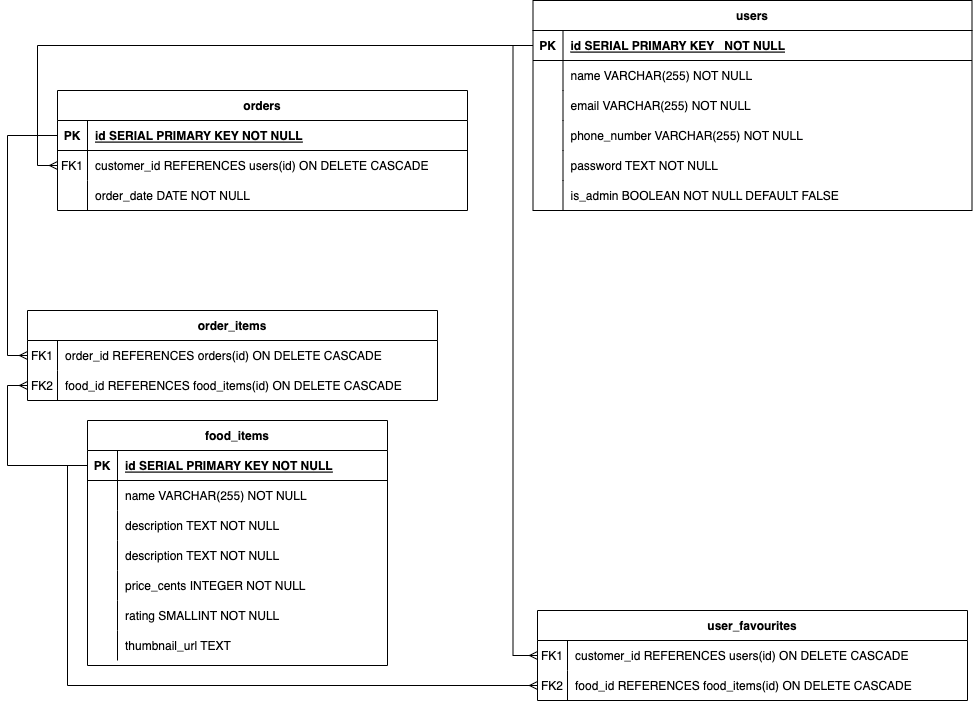
The draw.io diagram planning/FoodDeliveryERD.drawio.png in jdkopala/food-delivery-app, before a commit. Source tidied: cells renumbered, new cells last; positions are measured from the earlier drawing's top-left corner, leaving out a move shared by most shapes. Its diagram source:
```xml
<mxGraphModel>
  <root>
    <mxCell id="0" />
    <mxCell id="1" parent="0" />
    <mxCell id="2" value="food_items" style="shape=table;startSize=30;rowLines=0;fontStyle=1;align=center;" parent="1" vertex="1">
      <mxGeometry x="60" y="420" width="300" height="245" as="geometry" />
    </mxCell>
    <mxCell id="3" style="shape=partialRectangle;fillColor=none;points=[[0,0.5],[1,0.5]];portConstraint=eastwest;top=0;left=0;right=0;bottom=1;" parent="2" vertex="1">
      <mxGeometry y="30" width="300" height="30" as="geometry" />
    </mxCell>
    <mxCell id="4" value="PK" style="shape=partialRectangle;overflow=hidden;fillColor=none;top=0;left=0;bottom=0;right=0;fontStyle=1;" parent="3" vertex="1">
      <mxGeometry width="30" height="30" as="geometry" />
    </mxCell>
    <mxCell id="5" value="id SERIAL PRIMARY KEY NOT NULL" style="shape=partialRectangle;overflow=hidden;fillColor=none;top=0;left=0;bottom=0;right=0;align=left;spacingLeft=6;fontStyle=5;" parent="3" vertex="1">
      <mxGeometry x="30" width="270" height="30" as="geometry" />
    </mxCell>
    <mxCell id="6" style="shape=partialRectangle;fillColor=none;top=0;left=0;right=0;bottom=0;" parent="2" vertex="1">
      <mxGeometry y="60" width="300" height="30" as="geometry" />
    </mxCell>
    <mxCell id="7" style="shape=partialRectangle;overflow=hidden;fillColor=none;top=0;left=0;bottom=0;right=0;" parent="6" vertex="1">
      <mxGeometry width="30" height="30" as="geometry" />
    </mxCell>
    <mxCell id="8" value="name VARCHAR(255) NOT NULL" style="shape=partialRectangle;overflow=hidden;fillColor=none;top=0;left=0;bottom=0;right=0;align=left;spacingLeft=6;" parent="6" vertex="1">
      <mxGeometry x="30" width="270" height="30" as="geometry" />
    </mxCell>
    <mxCell id="9" style="shape=partialRectangle;fillColor=none;top=0;left=0;right=0;bottom=0;" parent="2" vertex="1">
      <mxGeometry y="90" width="300" height="30" as="geometry" />
    </mxCell>
    <mxCell id="10" style="shape=partialRectangle;overflow=hidden;fillColor=none;top=0;left=0;bottom=0;right=0;" parent="9" vertex="1">
      <mxGeometry width="30" height="30" as="geometry" />
    </mxCell>
    <mxCell id="11" value="description TEXT NOT NULL" style="shape=partialRectangle;overflow=hidden;fillColor=none;top=0;left=0;bottom=0;right=0;align=left;spacingLeft=6;" parent="9" vertex="1">
      <mxGeometry x="30" width="270" height="30" as="geometry" />
    </mxCell>
    <mxCell id="12" style="shape=partialRectangle;fillColor=none;top=0;left=0;right=0;bottom=0;" parent="2" vertex="1">
      <mxGeometry y="120" width="300" height="30" as="geometry" />
    </mxCell>
    <mxCell id="13" style="shape=partialRectangle;overflow=hidden;fillColor=none;top=0;left=0;bottom=0;right=0;" parent="12" vertex="1">
      <mxGeometry width="30" height="30" as="geometry" />
    </mxCell>
    <mxCell id="14" value="description TEXT NOT NULL" style="shape=partialRectangle;overflow=hidden;fillColor=none;top=0;left=0;bottom=0;right=0;align=left;spacingLeft=6;" parent="12" vertex="1">
      <mxGeometry x="30" width="270" height="30" as="geometry" />
    </mxCell>
    <mxCell id="15" style="shape=partialRectangle;fillColor=none;top=0;left=0;right=0;bottom=0;" parent="2" vertex="1">
      <mxGeometry y="150" width="300" height="30" as="geometry" />
    </mxCell>
    <mxCell id="16" style="shape=partialRectangle;overflow=hidden;fillColor=none;top=0;left=0;bottom=0;right=0;" parent="15" vertex="1">
      <mxGeometry width="30" height="30" as="geometry" />
    </mxCell>
    <mxCell id="17" value="price_cents INTEGER NOT NULL" style="shape=partialRectangle;overflow=hidden;fillColor=none;top=0;left=0;bottom=0;right=0;align=left;spacingLeft=6;" parent="15" vertex="1">
      <mxGeometry x="30" width="270" height="30" as="geometry" />
    </mxCell>
    <mxCell id="18" style="shape=partialRectangle;fillColor=none;top=0;left=0;right=0;bottom=0;" parent="2" vertex="1">
      <mxGeometry y="180" width="300" height="30" as="geometry" />
    </mxCell>
    <mxCell id="19" style="shape=partialRectangle;overflow=hidden;fillColor=none;top=0;left=0;bottom=0;right=0;" parent="18" vertex="1">
      <mxGeometry width="30" height="30" as="geometry" />
    </mxCell>
    <mxCell id="20" value="rating SMALLINT NOT NULL" style="shape=partialRectangle;overflow=hidden;fillColor=none;top=0;left=0;bottom=0;right=0;align=left;spacingLeft=6;" parent="18" vertex="1">
      <mxGeometry x="30" width="270" height="30" as="geometry" />
    </mxCell>
    <mxCell id="21" style="shape=partialRectangle;fillColor=none;top=0;left=0;right=0;bottom=0;" parent="2" vertex="1">
      <mxGeometry y="210" width="300" height="30" as="geometry" />
    </mxCell>
    <mxCell id="22" style="shape=partialRectangle;overflow=hidden;fillColor=none;top=0;left=0;bottom=0;right=0;" parent="21" vertex="1">
      <mxGeometry width="30" height="30" as="geometry" />
    </mxCell>
    <mxCell id="23" value="thumbnail_url TEXT" style="shape=partialRectangle;overflow=hidden;fillColor=none;top=0;left=0;bottom=0;right=0;align=left;spacingLeft=6;" parent="21" vertex="1">
      <mxGeometry x="30" width="270" height="30" as="geometry" />
    </mxCell>
    <mxCell id="24" value="orders" style="shape=table;startSize=30;rowLines=0;fontStyle=1;align=center;" parent="1" vertex="1">
      <mxGeometry x="30" y="90" width="410" height="120" as="geometry" />
    </mxCell>
    <mxCell id="25" style="shape=partialRectangle;fillColor=none;points=[[0,0.5],[1,0.5]];portConstraint=eastwest;top=0;left=0;right=0;bottom=1;" parent="24" vertex="1">
      <mxGeometry y="30" width="410" height="30" as="geometry" />
    </mxCell>
    <mxCell id="26" value="PK" style="shape=partialRectangle;overflow=hidden;fillColor=none;top=0;left=0;bottom=0;right=0;fontStyle=1;" parent="25" vertex="1">
      <mxGeometry width="30" height="30" as="geometry" />
    </mxCell>
    <mxCell id="27" value="id SERIAL PRIMARY KEY NOT NULL" style="shape=partialRectangle;overflow=hidden;fillColor=none;top=0;left=0;bottom=0;right=0;align=left;spacingLeft=6;fontStyle=5;" parent="25" vertex="1">
      <mxGeometry x="30" width="380" height="30" as="geometry" />
    </mxCell>
    <mxCell id="28" style="shape=partialRectangle;fillColor=none;points=[[0,0.5],[1,0.5]];portConstraint=eastwest;top=0;left=0;right=0;bottom=0;" parent="24" vertex="1">
      <mxGeometry y="60" width="410" height="30" as="geometry" />
    </mxCell>
    <mxCell id="29" value="FK1" style="shape=partialRectangle;overflow=hidden;fillColor=none;top=0;left=0;bottom=0;right=0;" parent="28" vertex="1">
      <mxGeometry width="30" height="30" as="geometry" />
    </mxCell>
    <mxCell id="30" value="customer_id REFERENCES users(id) ON DELETE CASCADE" style="shape=partialRectangle;overflow=hidden;fillColor=none;top=0;left=0;bottom=0;right=0;align=left;spacingLeft=6;" parent="28" vertex="1">
      <mxGeometry x="30" width="380" height="30" as="geometry" />
    </mxCell>
    <mxCell id="31" style="shape=partialRectangle;fillColor=none;top=0;left=0;right=0;bottom=0;" parent="24" vertex="1">
      <mxGeometry y="90" width="410" height="30" as="geometry" />
    </mxCell>
    <mxCell id="32" style="shape=partialRectangle;overflow=hidden;fillColor=none;top=0;left=0;bottom=0;right=0;" parent="31" vertex="1">
      <mxGeometry width="30" height="30" as="geometry" />
    </mxCell>
    <mxCell id="33" value="order_date DATE NOT NULL" style="shape=partialRectangle;overflow=hidden;fillColor=none;top=0;left=0;bottom=0;right=0;align=left;spacingLeft=6;" parent="31" vertex="1">
      <mxGeometry x="30" width="380" height="30" as="geometry" />
    </mxCell>
    <mxCell id="34" value="users" style="shape=table;startSize=30;rowLines=0;fontStyle=1;align=center;" parent="1" vertex="1">
      <mxGeometry x="505.5" width="439" height="210" as="geometry" />
    </mxCell>
    <mxCell id="35" style="shape=partialRectangle;fillColor=none;points=[[0,0.5],[1,0.5]];portConstraint=eastwest;top=0;left=0;right=0;bottom=1;" parent="34" vertex="1">
      <mxGeometry y="30" width="439" height="30" as="geometry" />
    </mxCell>
    <mxCell id="36" value="PK" style="shape=partialRectangle;overflow=hidden;fillColor=none;top=0;left=0;bottom=0;right=0;fontStyle=1;" parent="35" vertex="1">
      <mxGeometry width="30" height="30" as="geometry" />
    </mxCell>
    <mxCell id="37" value="id SERIAL PRIMARY KEY   NOT NULL" style="shape=partialRectangle;overflow=hidden;fillColor=none;top=0;left=0;bottom=0;right=0;align=left;spacingLeft=6;fontStyle=5;" parent="35" vertex="1">
      <mxGeometry x="30" width="409" height="30" as="geometry" />
    </mxCell>
    <mxCell id="38" style="shape=partialRectangle;fillColor=none;top=0;left=0;right=0;bottom=0;" parent="34" vertex="1">
      <mxGeometry y="60" width="439" height="30" as="geometry" />
    </mxCell>
    <mxCell id="39" style="shape=partialRectangle;overflow=hidden;fillColor=none;top=0;left=0;bottom=0;right=0;" parent="38" vertex="1">
      <mxGeometry width="30" height="30" as="geometry" />
    </mxCell>
    <mxCell id="40" value="name VARCHAR(255) NOT NULL" style="shape=partialRectangle;overflow=hidden;fillColor=none;top=0;left=0;bottom=0;right=0;align=left;spacingLeft=6;" parent="38" vertex="1">
      <mxGeometry x="30" width="409" height="30" as="geometry" />
    </mxCell>
    <mxCell id="41" style="shape=partialRectangle;fillColor=none;top=0;left=0;right=0;bottom=0;" parent="34" vertex="1">
      <mxGeometry y="90" width="439" height="30" as="geometry" />
    </mxCell>
    <mxCell id="42" style="shape=partialRectangle;overflow=hidden;fillColor=none;top=0;left=0;bottom=0;right=0;" parent="41" vertex="1">
      <mxGeometry width="30" height="30" as="geometry" />
    </mxCell>
    <mxCell id="43" value="email VARCHAR(255) NOT NULL" style="shape=partialRectangle;overflow=hidden;fillColor=none;top=0;left=0;bottom=0;right=0;align=left;spacingLeft=6;" parent="41" vertex="1">
      <mxGeometry x="30" width="409" height="30" as="geometry" />
    </mxCell>
    <mxCell id="44" style="shape=partialRectangle;fillColor=none;top=0;left=0;right=0;bottom=0;" parent="34" vertex="1">
      <mxGeometry y="120" width="439" height="30" as="geometry" />
    </mxCell>
    <mxCell id="45" value="   " style="shape=partialRectangle;overflow=hidden;fillColor=none;top=0;left=0;bottom=0;right=0;" parent="44" vertex="1">
      <mxGeometry width="30" height="30" as="geometry" />
    </mxCell>
    <mxCell id="46" value="phone_number VARCHAR(255) NOT NULL" style="shape=partialRectangle;overflow=hidden;fillColor=none;top=0;left=0;bottom=0;right=0;align=left;spacingLeft=6;" parent="44" vertex="1">
      <mxGeometry x="30" width="409" height="30" as="geometry" />
    </mxCell>
    <mxCell id="47" style="shape=partialRectangle;fillColor=none;top=0;left=0;right=0;bottom=0;" parent="34" vertex="1">
      <mxGeometry y="150" width="439" height="30" as="geometry" />
    </mxCell>
    <mxCell id="48" style="shape=partialRectangle;overflow=hidden;fillColor=none;top=0;left=0;bottom=0;right=0;" parent="47" vertex="1">
      <mxGeometry width="30" height="30" as="geometry" />
    </mxCell>
    <mxCell id="49" value="password TEXT NOT NULL" style="shape=partialRectangle;overflow=hidden;fillColor=none;top=0;left=0;bottom=0;right=0;align=left;spacingLeft=6;" parent="47" vertex="1">
      <mxGeometry x="30" width="409" height="30" as="geometry" />
    </mxCell>
    <mxCell id="50" style="shape=partialRectangle;fillColor=none;top=0;left=0;right=0;bottom=0;" parent="34" vertex="1">
      <mxGeometry y="180" width="439" height="30" as="geometry" />
    </mxCell>
    <mxCell id="51" style="shape=partialRectangle;overflow=hidden;fillColor=none;top=0;left=0;bottom=0;right=0;" parent="50" vertex="1">
      <mxGeometry width="30" height="30" as="geometry" />
    </mxCell>
    <mxCell id="52" value="is_admin BOOLEAN NOT NULL DEFAULT FALSE" style="shape=partialRectangle;overflow=hidden;fillColor=none;top=0;left=0;bottom=0;right=0;align=left;spacingLeft=6;" parent="50" vertex="1">
      <mxGeometry x="30" width="409" height="30" as="geometry" />
    </mxCell>
    <mxCell id="53" value="user_favourites" style="shape=table;startSize=30;rowLines=0;fontStyle=1;align=center;" parent="1" vertex="1">
      <mxGeometry x="510" y="610" width="430" height="90" as="geometry" />
    </mxCell>
    <mxCell id="54" style="shape=partialRectangle;fillColor=none;points=[[0,0.5],[1,0.5]];portConstraint=eastwest;top=0;left=0;right=0;bottom=0;" parent="53" vertex="1">
      <mxGeometry y="30" width="430" height="30" as="geometry" />
    </mxCell>
    <mxCell id="55" value="FK1" style="shape=partialRectangle;overflow=hidden;fillColor=none;top=0;left=0;bottom=0;right=0;" parent="54" vertex="1">
      <mxGeometry width="30" height="30" as="geometry" />
    </mxCell>
    <mxCell id="56" value="customer_id REFERENCES users(id) ON DELETE CASCADE" style="shape=partialRectangle;overflow=hidden;fillColor=none;top=0;left=0;bottom=0;right=0;align=left;spacingLeft=6;" parent="54" vertex="1">
      <mxGeometry x="30" width="400" height="30" as="geometry" />
    </mxCell>
    <mxCell id="57" style="shape=partialRectangle;fillColor=none;points=[[0,0.5],[1,0.5]];portConstraint=eastwest;top=0;left=0;right=0;bottom=0;" parent="53" vertex="1">
      <mxGeometry y="60" width="430" height="30" as="geometry" />
    </mxCell>
    <mxCell id="58" value="FK2" style="shape=partialRectangle;overflow=hidden;fillColor=none;top=0;left=0;bottom=0;right=0;" parent="57" vertex="1">
      <mxGeometry width="30" height="30" as="geometry" />
    </mxCell>
    <mxCell id="59" value="food_id REFERENCES food_items(id) ON DELETE CASCADE" style="shape=partialRectangle;overflow=hidden;fillColor=none;top=0;left=0;bottom=0;right=0;align=left;spacingLeft=6;" parent="57" vertex="1">
      <mxGeometry x="30" width="400" height="30" as="geometry" />
    </mxCell>
    <mxCell id="60" value="order_items" style="shape=table;startSize=30;rowLines=0;fontStyle=1;align=center;" parent="1" vertex="1">
      <mxGeometry y="310" width="410" height="90" as="geometry" />
    </mxCell>
    <mxCell id="61" style="shape=partialRectangle;fillColor=none;points=[[0,0.5],[1,0.5]];portConstraint=eastwest;top=0;left=0;right=0;bottom=0;" parent="60" vertex="1">
      <mxGeometry y="30" width="410" height="30" as="geometry" />
    </mxCell>
    <mxCell id="62" value="FK1" style="shape=partialRectangle;overflow=hidden;fillColor=none;top=0;left=0;bottom=0;right=0;" parent="61" vertex="1">
      <mxGeometry width="30" height="30" as="geometry" />
    </mxCell>
    <mxCell id="63" value="order_id REFERENCES orders(id) ON DELETE CASCADE" style="shape=partialRectangle;overflow=hidden;fillColor=none;top=0;left=0;bottom=0;right=0;align=left;spacingLeft=6;" parent="61" vertex="1">
      <mxGeometry x="30" width="380" height="30" as="geometry" />
    </mxCell>
    <mxCell id="64" style="shape=partialRectangle;fillColor=none;points=[[0,0.5],[1,0.5]];portConstraint=eastwest;top=0;left=0;right=0;bottom=0;" parent="60" vertex="1">
      <mxGeometry y="60" width="410" height="30" as="geometry" />
    </mxCell>
    <mxCell id="65" value="FK2" style="shape=partialRectangle;overflow=hidden;fillColor=none;top=0;left=0;bottom=0;right=0;" parent="64" vertex="1">
      <mxGeometry width="30" height="30" as="geometry" />
    </mxCell>
    <mxCell id="66" value="food_id REFERENCES food_items(id) ON DELETE CASCADE" style="shape=partialRectangle;overflow=hidden;fillColor=none;top=0;left=0;bottom=0;right=0;align=left;spacingLeft=6;" parent="64" vertex="1">
      <mxGeometry x="30" width="380" height="30" as="geometry" />
    </mxCell>
    <mxCell id="67" style="edgeStyle=orthogonalEdgeStyle;rounded=0;jettySize=auto;html=1;exitX=0;exitY=0.5;exitDx=0;exitDy=0;entryX=0;entryY=0.5;entryDx=0;entryDy=0;startArrow=none;startFill=0;endArrow=ERmany;endFill=0;" parent="1" edge="1" source="35" target="54">
      <mxGeometry relative="1" as="geometry" />
    </mxCell>
    <mxCell id="68" style="edgeStyle=orthogonalEdgeStyle;rounded=0;jettySize=auto;html=1;exitX=0;exitY=0.5;exitDx=0;exitDy=0;entryX=0;entryY=0.5;entryDx=0;entryDy=0;startArrow=none;startFill=0;endArrow=ERmany;endFill=0;" parent="1" edge="1" source="3" target="57">
      <mxGeometry relative="1" as="geometry" />
    </mxCell>
    <mxCell id="69" style="edgeStyle=orthogonalEdgeStyle;rounded=0;jettySize=auto;html=1;exitX=0;exitY=0.5;exitDx=0;exitDy=0;entryX=0;entryY=0.5;entryDx=0;entryDy=0;startArrow=none;startFill=0;endArrow=ERmany;endFill=0;" parent="1" edge="1" source="3" target="64">
      <mxGeometry relative="1" as="geometry" />
    </mxCell>
    <mxCell id="70" style="edgeStyle=orthogonalEdgeStyle;rounded=0;jettySize=auto;html=1;exitX=0;exitY=0.5;exitDx=0;exitDy=0;entryX=0;entryY=0.5;entryDx=0;entryDy=0;startArrow=none;startFill=0;endArrow=ERmany;endFill=0;" parent="1" edge="1" source="25" target="61">
      <mxGeometry relative="1" as="geometry" />
    </mxCell>
    <mxCell id="71" style="edgeStyle=orthogonalEdgeStyle;rounded=0;jettySize=auto;html=1;exitX=0;exitY=0.5;exitDx=0;exitDy=0;entryX=0;entryY=0.5;entryDx=0;entryDy=0;startArrow=none;startFill=0;endArrow=ERmany;endFill=0;" parent="1" edge="1" source="35" target="28">
      <mxGeometry relative="1" as="geometry" />
    </mxCell>
  </root>
</mxGraphModel>
```
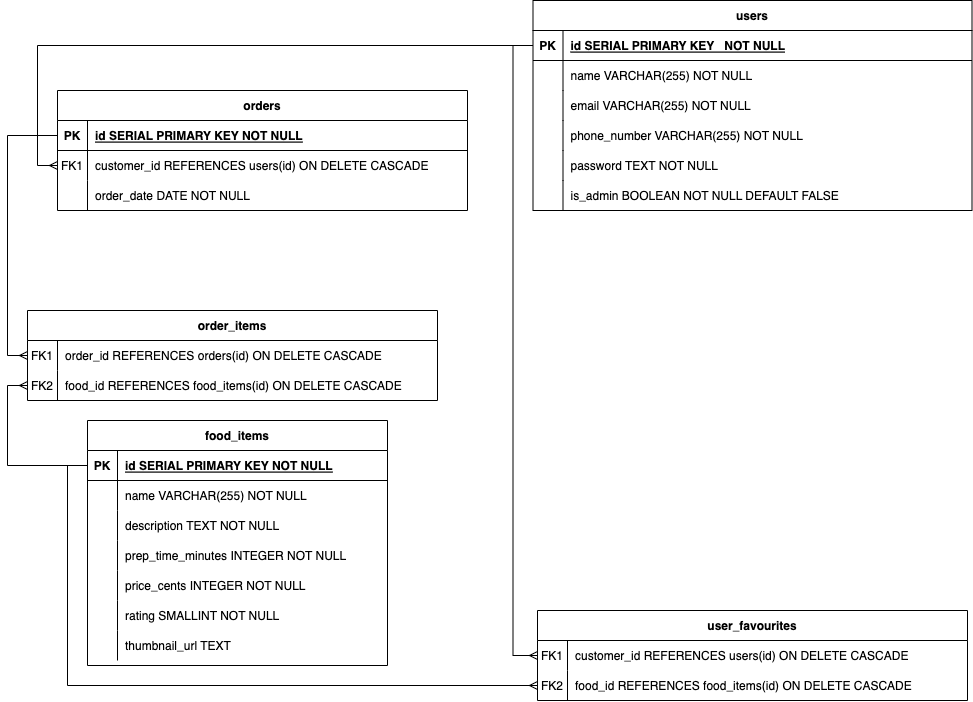
Above is the later version.

Diff of the diagram source:
```diff
@@ -38,7 +38,7 @@
     <mxCell id="13" style="shape=partialRectangle;overflow=hidden;fillColor=none;top=0;left=0;bottom=0;right=0;" parent="12" vertex="1">
       <mxGeometry width="30" height="30" as="geometry" />
     </mxCell>
-    <mxCell id="14" value="description TEXT NOT NULL" style="shape=partialRectangle;overflow=hidden;fillColor=none;top=0;left=0;bottom=0;right=0;align=left;spacingLeft=6;" parent="12" vertex="1">
+    <mxCell id="14" value="prep_time_minutes INTEGER NOT NULL" style="shape=partialRectangle;overflow=hidden;fillColor=none;top=0;left=0;bottom=0;right=0;align=left;spacingLeft=6;" parent="12" vertex="1">
       <mxGeometry x="30" width="270" height="30" as="geometry" />
     </mxCell>
     <mxCell id="15" style="shape=partialRectangle;fillColor=none;top=0;left=0;right=0;bottom=0;" parent="2" vertex="1">
```
